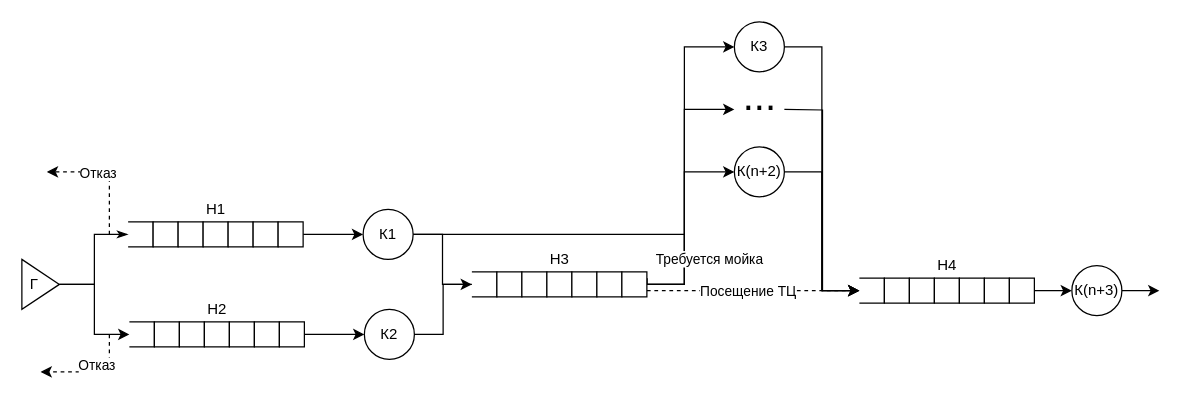
Above: page "2" (2 of 3) of lab6/my_report/pictures/2.drawio in alena-zayts/BMSTU_7sem_modeling (draw.io), before the change. Source tidied: cells renumbered, new cells numbered last; positions are measured from the earlier drawing's top-left corner, leaving out a move shared by most shapes. Both pictures are drawn from the tidied source at 125%, with x=0, y=0 at pixel (21, 21).
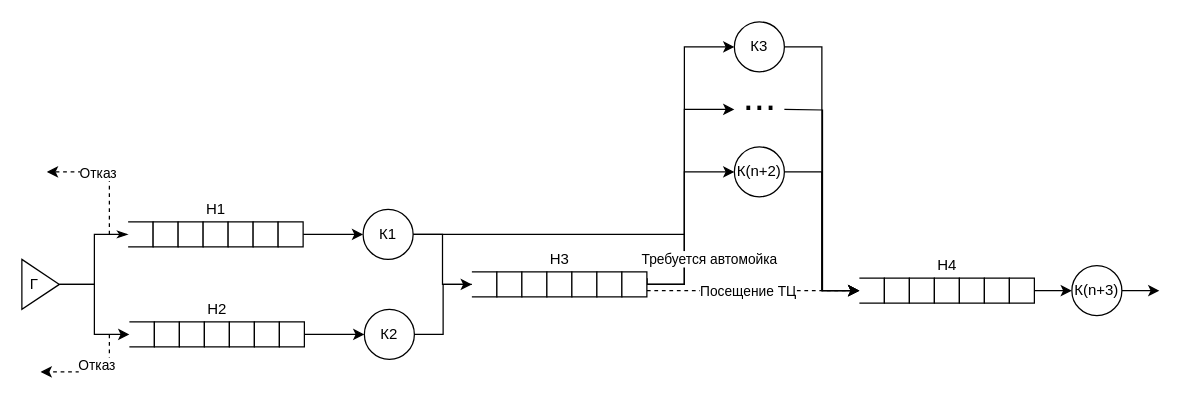
Above is the later version.

Unchanged cells that the change refers to:
```xml
<mxCell id="27" style="rounded=0;whiteSpace=wrap;html=1;strokeWidth=1;" parent="1" vertex="1">
  <mxGeometry x="480" y="200" width="20" height="20" as="geometry" />
</mxCell>
<mxCell id="33" value="К(n+2)" style="ellipse;whiteSpace=wrap;html=1;" parent="1" vertex="1">
  <mxGeometry x="570" y="100" width="40" height="40" as="geometry" />
</mxCell>
```

The edit, as a diff of the source:
```diff
@@
-    <mxCell id="24" value="&lt;span style=&quot;color: rgb(0 , 0 , 0) ; font-family: &amp;#34;helvetica&amp;#34; ; font-size: 11px ; font-style: normal ; font-weight: 400 ; letter-spacing: normal ; text-align: center ; text-indent: 0px ; text-transform: none ; word-spacing: 0px ; background-color: rgb(255 , 255 , 255) ; display: inline ; float: none&quot;&gt;Требуется мойка&lt;/span&gt;" style="edgeStyle=orthogonalEdgeStyle;rounded=0;jettySize=auto;html=1;exitX=1;exitY=0.25;exitDx=0;exitDy=0;" parent="1" edge="1" source="27" target="33">
+    <mxCell id="24" value="&lt;span style=&quot;color: rgb(0 , 0 , 0) ; font-family: &amp;#34;helvetica&amp;#34; ; font-size: 11px ; font-style: normal ; font-weight: 400 ; letter-spacing: normal ; text-align: center ; text-indent: 0px ; text-transform: none ; word-spacing: 0px ; background-color: rgb(255 , 255 , 255) ; display: inline ; float: none&quot;&gt;Требуется автомойка&lt;/span&gt;" style="edgeStyle=orthogonalEdgeStyle;rounded=0;jettySize=auto;html=1;exitX=1;exitY=0.25;exitDx=0;exitDy=0;" parent="1" edge="1" source="27" target="33">
       <mxGeometry x="-0.33" y="-20" relative="1" as="geometry">
         <Array as="points">
           <mxPoint x="500" y="210" />
           <mxPoint x="530" y="210" />
           <mxPoint x="530" y="120" />
         </Array>
       </mxGeometry>
     </mxCell>
```
